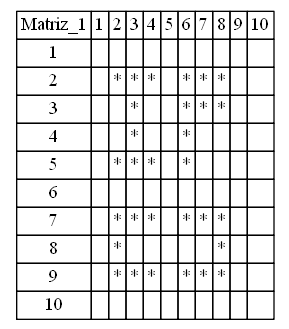
Earlier version of the Graphviz export Proyecto/imagen.gv.png (bram814/IPC2_Proyecto2_201800937). Its source is kept beside it as Proyecto/imagen.gv.
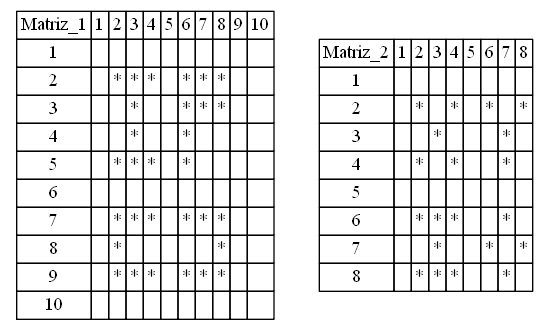
Above is the later version.

What changed in the source:
```diff
@@ -1,6 +1,6 @@
 digraph g {
 	node [shape=plaintext]
-	node01 [label=<
+	struct1 [label=<
         <table border="0" cellborder="1" cellspacing="0">
         <tr>
 	<td>Matriz_1</td>
@@ -138,4 +138,100 @@
 	<td> </td>
 </tr>
         </table>>]
+	struct2 [label=<
+        <table border="0" cellborder="1" cellspacing="0">
+        <tr>
+	<td>Matriz_2</td>
+	<td>1</td>
+	<td>2</td>
+	<td>3</td>
+	<td>4</td>
+	<td>5</td>
+	<td>6</td>
+	<td>7</td>
+	<td>8</td>
+</tr>
+
+        <tr>
+	<td>1</td>
+	<td> </td>
+	<td> </td>
+	<td> </td>
+	<td> </td>
+	<td> </td>
+	<td> </td>
+	<td> </td>
+	<td> </td>
+</tr>	<tr>
+	<td>2</td>
+	<td> </td>
+	<td>*</td>
+	<td> </td>
+	<td>*</td>
+	<td> </td>
+	<td>*</td>
+	<td> </td>
+	<td>*</td>
+</tr>	<tr>
+	<td>3</td>
+	<td> </td>
+	<td> </td>
+	<td>*</td>
+	<td> </td>
+	<td> </td>
+	<td> </td>
+	<td>*</td>
+	<td> </td>
+</tr>	<tr>
+	<td>4</td>
+	<td> </td>
+	<td>*</td>
+	<td> </td>
+	<td>*</td>
+	<td> </td>
+	<td> </td>
+	<td>*</td>
+	<td> </td>
+</tr>	<tr>
+	<td>5</td>
+	<td> </td>
+	<td> </td>
+	<td> </td>
+	<td> </td>
+	<td> </td>
+	<td> </td>
+	<td> </td>
+	<td> </td>
+</tr>	<tr>
+	<td>6</td>
+	<td> </td>
+	<td>*</td>
+	<td>*</td>
+	<td>*</td>
+	<td> </td>
+	<td> </td>
+	<td>*</td>
+	<td> </td>
+</tr>	<tr>
+	<td>7</td>
+	<td> </td>
+	<td> </td>
+	<td>*</td>
+	<td> </td>
+	<td> </td>
+	<td>*</td>
+	<td> </td>
+	<td>*</td>
+</tr>	<tr>
+	<td>8</td>
+	<td> </td>
+	<td>*</td>
+	<td>*</td>
+	<td>*</td>
+	<td> </td>
+	<td> </td>
+	<td>*</td>
+	<td> </td>
+</tr>
+        </table>>]
 }
```
